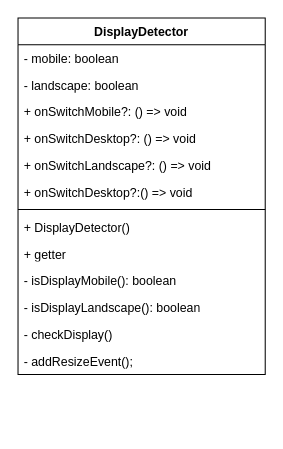
Before: docs/issue/172-diagram.drawio in elma1989/el-pollo-loco, a draw.io diagram. Source tidied: cells renumbered, new cells numbered last; positions are measured from the earlier drawing's top-left corner, leaving out a move shared by most shapes. Both pictures are drawn from the tidied source at 103%, with x=0, y=0 at pixel (18, 18).
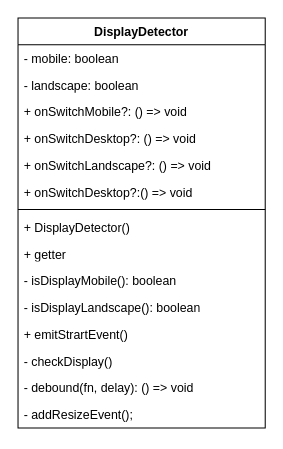
The same page after the edit.

What changed in the source:
```diff
@@
 <mxGraphModel>
   <root>
     <mxCell id="0" />
     <mxCell id="1" parent="0" />
     <mxCell id="2" value="DisplayDetector" style="swimlane;fontStyle=1;align=center;verticalAlign=top;horizontal=1;startSize=26;whiteSpace=wrap;html=1;" parent="1" vertex="1">
-      <mxGeometry width="240" height="346" as="geometry" />
+      <mxGeometry width="240" height="398" as="geometry" />
     </mxCell>
     <mxCell id="3" value="- mobile: boolean" style="text;strokeColor=none;fillColor=none;align=left;verticalAlign=top;spacingLeft=4;spacingRight=4;overflow=hidden;whiteSpace=wrap;html=1;" parent="2" vertex="1">
       <mxGeometry y="26" width="240" height="26" as="geometry" />
     </mxCell>
     <mxCell id="4" value="- landscape: boolean" style="text;strokeColor=none;fillColor=none;align=left;verticalAlign=top;spacingLeft=4;spacingRight=4;overflow=hidden;whiteSpace=wrap;html=1;" parent="2" vertex="1">
       <mxGeometry y="52" width="240" height="26" as="geometry" />
     </mxCell>
     <mxCell id="5" value="+ onSwitchMobile?: () =&amp;gt; void" style="text;strokeColor=none;fillColor=none;align=left;verticalAlign=top;spacingLeft=4;spacingRight=4;overflow=hidden;whiteSpace=wrap;html=1;" parent="2" vertex="1">
       <mxGeometry y="78" width="240" height="26" as="geometry" />
     </mxCell>
     <mxCell id="6" value="+ onSwitchDesktop?: () =&amp;gt; void" style="text;strokeColor=none;fillColor=none;align=left;verticalAlign=top;spacingLeft=4;spacingRight=4;overflow=hidden;whiteSpace=wrap;html=1;" parent="2" vertex="1">
       <mxGeometry y="104" width="240" height="26" as="geometry" />
     </mxCell>
     <mxCell id="7" value="+ onSwitchLandscape?: () =&amp;gt; void" style="text;strokeColor=none;fillColor=none;align=left;verticalAlign=top;spacingLeft=4;spacingRight=4;overflow=hidden;whiteSpace=wrap;html=1;" parent="2" vertex="1">
       <mxGeometry y="130" width="240" height="26" as="geometry" />
     </mxCell>
     <mxCell id="8" value="+ onSwitchDesktop?:() =&amp;gt; void" style="text;strokeColor=none;fillColor=none;align=left;verticalAlign=top;spacingLeft=4;spacingRight=4;overflow=hidden;whiteSpace=wrap;html=1;" parent="2" vertex="1">
       <mxGeometry y="156" width="240" height="26" as="geometry" />
     </mxCell>
     <mxCell id="9" style="line;strokeWidth=1;fillColor=none;align=left;verticalAlign=middle;spacingTop=-1;spacingLeft=3;spacingRight=3;labelPosition=right;strokeColor=inherit;" parent="2" vertex="1">
       <mxGeometry y="182" width="240" height="8" as="geometry" />
     </mxCell>
     <mxCell id="10" value="+ DisplayDetector()" style="text;strokeColor=none;fillColor=none;align=left;verticalAlign=top;spacingLeft=4;spacingRight=4;overflow=hidden;whiteSpace=wrap;html=1;" parent="2" vertex="1">
       <mxGeometry y="190" width="240" height="26" as="geometry" />
     </mxCell>
     <mxCell id="11" value="+ getter" style="text;strokeColor=none;fillColor=none;align=left;verticalAlign=top;spacingLeft=4;spacingRight=4;overflow=hidden;whiteSpace=wrap;html=1;" parent="2" vertex="1">
       <mxGeometry y="216" width="240" height="26" as="geometry" />
     </mxCell>
     <mxCell id="12" value="- isDisplayMobile(): boolean" style="text;strokeColor=none;fillColor=none;align=left;verticalAlign=top;spacingLeft=4;spacingRight=4;overflow=hidden;whiteSpace=wrap;html=1;" parent="2" vertex="1">
       <mxGeometry y="242" width="240" height="26" as="geometry" />
     </mxCell>
     <mxCell id="13" value="- isDisplayLandscape(): boolean" style="text;strokeColor=none;fillColor=none;align=left;verticalAlign=top;spacingLeft=4;spacingRight=4;overflow=hidden;whiteSpace=wrap;html=1;" parent="2" vertex="1">
       <mxGeometry y="268" width="240" height="26" as="geometry" />
     </mxCell>
+    <mxCell id="16" value="+ emitStrartEvent()" style="text;strokeColor=none;fillColor=none;align=left;verticalAlign=top;spacingLeft=4;spacingRight=4;overflow=hidden;whiteSpace=wrap;html=1;" parent="2" vertex="1">
+      <mxGeometry y="294" width="240" height="26" as="geometry" />
+    </mxCell>
     <mxCell id="14" value="- checkDisplay()" style="text;strokeColor=none;fillColor=none;align=left;verticalAlign=top;spacingLeft=4;spacingRight=4;overflow=hidden;whiteSpace=wrap;html=1;" parent="2" vertex="1">
-      <mxGeometry y="294" width="240" height="26" as="geometry" />
+      <mxGeometry y="320" width="240" height="26" as="geometry" />
     </mxCell>
+    <mxCell id="17" value="- debound(fn, delay): () =&amp;gt; void" style="text;strokeColor=none;fillColor=none;align=left;verticalAlign=top;spacingLeft=4;spacingRight=4;overflow=hidden;whiteSpace=wrap;html=1;" parent="2" vertex="1">
+      <mxGeometry y="346" width="240" height="26" as="geometry" />
+    </mxCell>
     <mxCell id="15" value="- addResizeEvent();" style="text;strokeColor=none;fillColor=none;align=left;verticalAlign=top;spacingLeft=4;spacingRight=4;overflow=hidden;whiteSpace=wrap;html=1;" parent="2" vertex="1">
-      <mxGeometry y="320" width="240" height="26" as="geometry" />
+      <mxGeometry y="372" width="240" height="26" as="geometry" />
     </mxCell>
   </root>
 </mxGraphModel>
```
